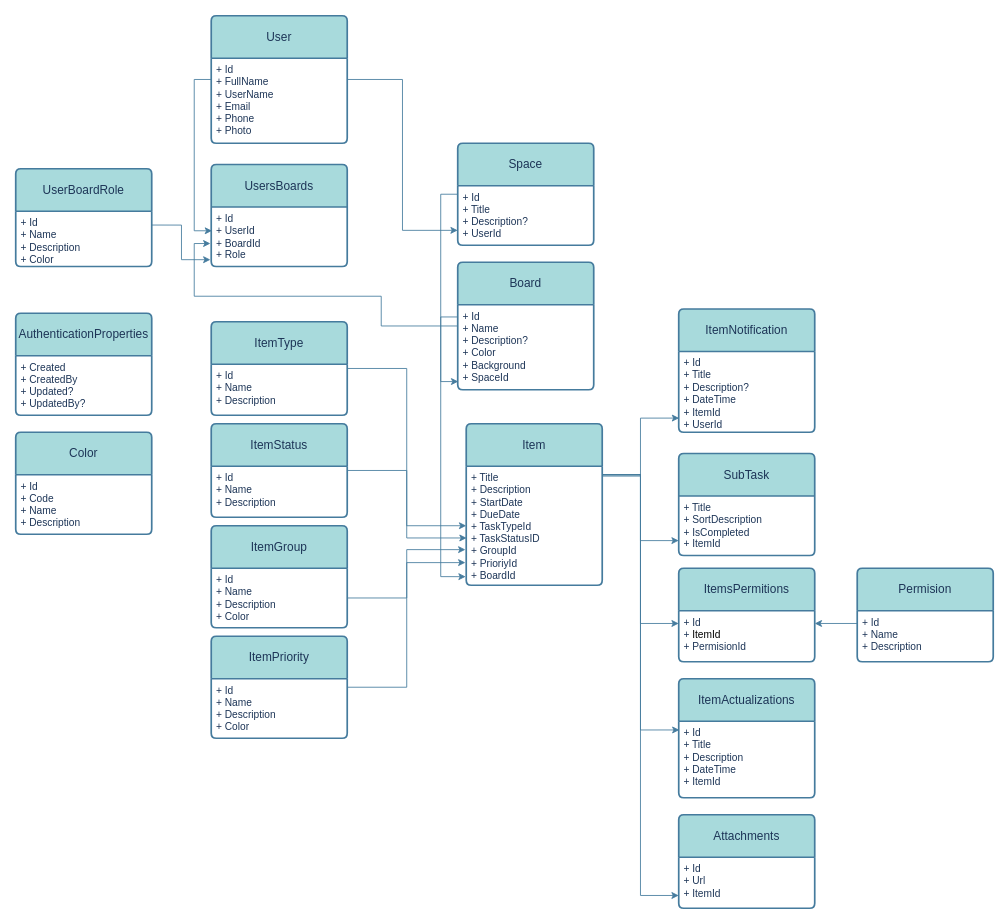
Earlier version of the draw.io diagram TaskManager.drawio (JuanM-DS/TaskManager). Source tidied: cells renumbered, new cells numbered last; positions are measured from the earlier drawing's top-left corner, leaving out a move shared by most shapes. Both pictures are drawn from the tidied source at 85%, with x=0, y=0 at pixel (15, 15).
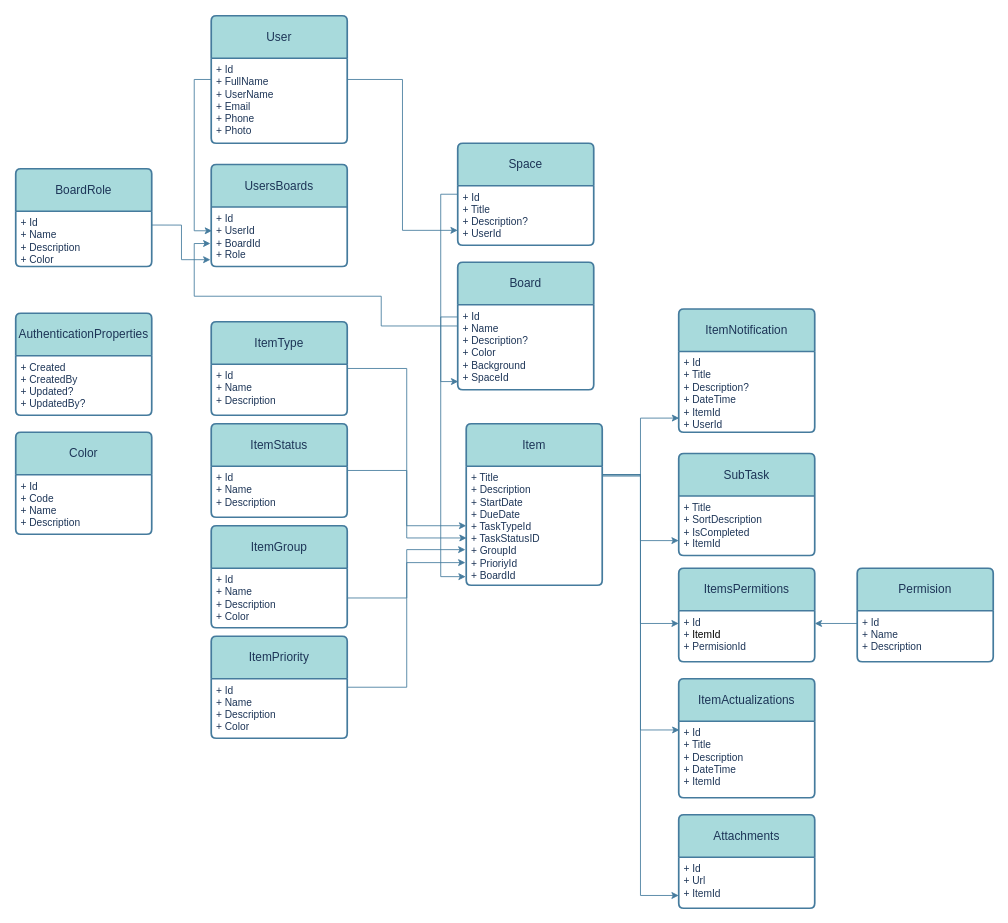
After the change.

What changed in the source:
```diff
@@
-    <mxCell id="47" value="UserBoardRole" style="swimlane;horizontal=1;startSize=50;rounded=1;fontSize=14;fontStyle=0;strokeWidth=2;shadow=0;dashed=0;align=center;arcSize=4;whiteSpace=wrap;html=1;labelBackgroundColor=none;fillColor=#A8DADC;strokeColor=#457B9D;fontColor=#1D3557;" parent="1" vertex="1">
+    <mxCell id="47" value="BoardRole" style="swimlane;horizontal=1;startSize=50;rounded=1;fontSize=14;fontStyle=0;strokeWidth=2;shadow=0;dashed=0;align=center;arcSize=4;whiteSpace=wrap;html=1;labelBackgroundColor=none;fillColor=#A8DADC;strokeColor=#457B9D;fontColor=#1D3557;" parent="1" vertex="1">
       <mxGeometry y="180" width="160" height="115" as="geometry" />
     </mxCell>
```
